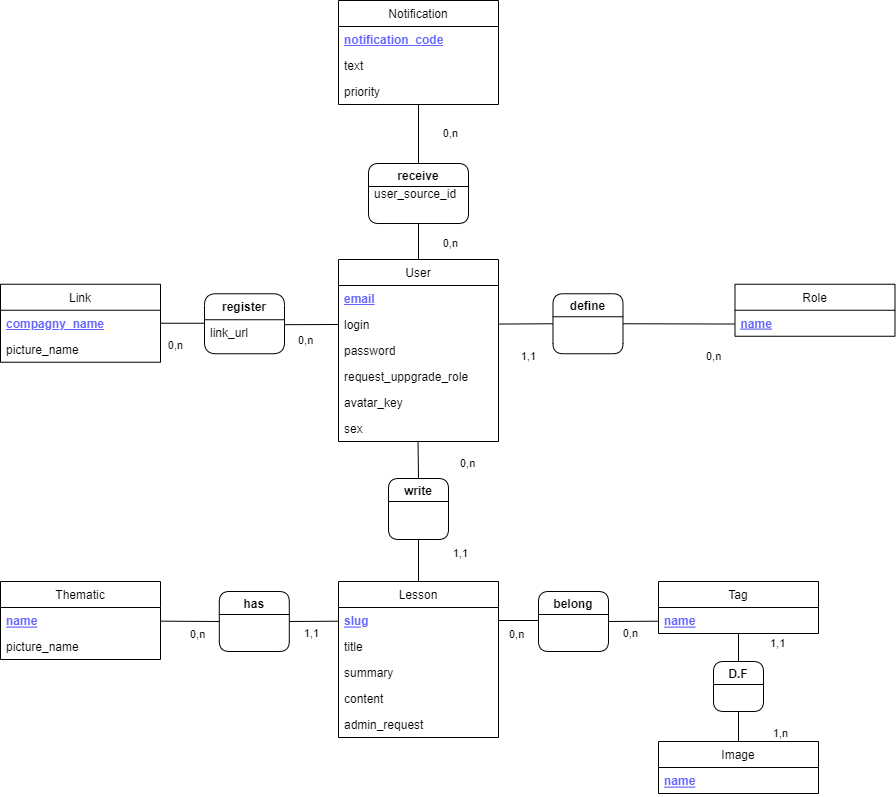
Above: data/MCD.drawio.png in aviateur22/mylesson_v2_back (draw.io), before the change. Source tidied: cells renumbered, new cells last; positions are measured from the earlier drawing's top-left corner, leaving out a move shared by most shapes.
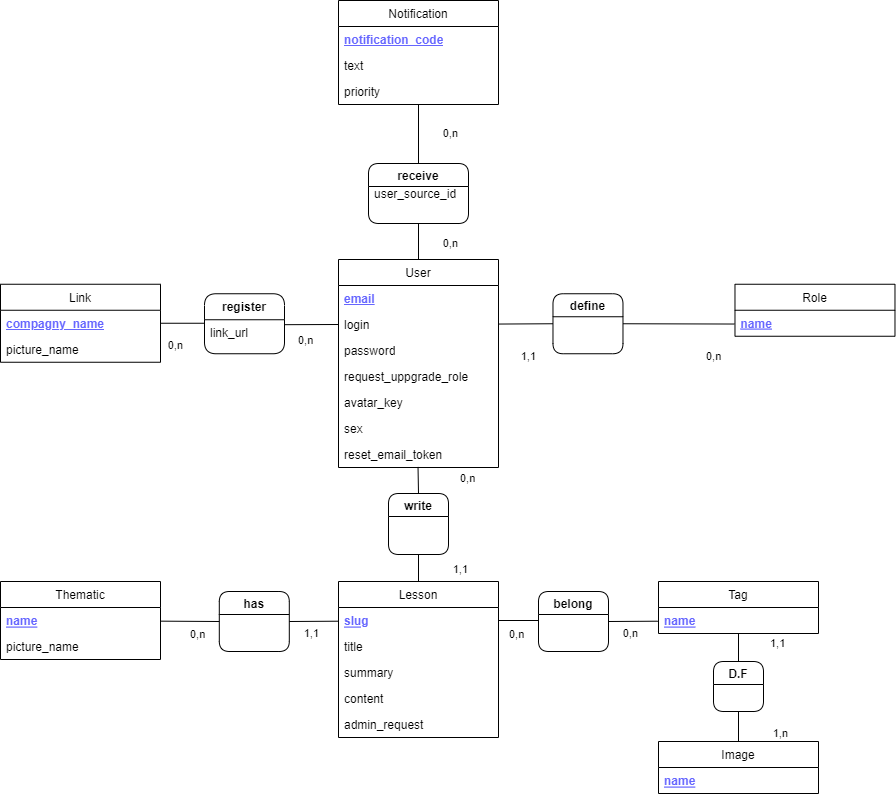
After the commit.

The edit, as a diff of the source:
```diff
@@ -3,7 +3,7 @@
     <mxCell id="0" />
     <mxCell id="1" parent="0" />
     <mxCell id="2" value="User" style="swimlane;fontStyle=0;horizontal=1;startSize=26;" parent="1" vertex="1">
-      <mxGeometry x="338" y="259" width="160" height="182" as="geometry" />
+      <mxGeometry x="338" y="259" width="160" height="208" as="geometry" />
     </mxCell>
     <mxCell id="3" value="email" style="text;strokeColor=none;fillColor=none;align=left;verticalAlign=top;spacingLeft=4;spacingRight=4;overflow=hidden;fontStyle=5;fontColor=#6666FF;html=1;" parent="2" vertex="1">
       <mxGeometry y="26" width="160" height="26" as="geometry" />
@@ -20,8 +20,11 @@
     <mxCell id="7" value="avatar_key" style="text;strokeColor=none;fillColor=none;align=left;verticalAlign=top;spacingLeft=4;spacingRight=4;overflow=hidden;" parent="2" vertex="1">
       <mxGeometry y="130" width="160" height="26" as="geometry" />
     </mxCell>
+    <mxCell id="68" value="sex" style="text;strokeColor=none;fillColor=none;align=left;verticalAlign=top;spacingLeft=4;spacingRight=4;overflow=hidden;" parent="2" vertex="1">
+      <mxGeometry y="156" width="160" height="26" as="geometry" />
+    </mxCell>
-    <mxCell id="8" value="sex" style="text;strokeColor=none;fillColor=none;align=left;verticalAlign=top;spacingLeft=4;spacingRight=4;overflow=hidden;points=[[0,0.5],[1,0.5]];portConstraint=eastwest;" parent="2" vertex="1">
-      <mxGeometry y="156" width="160" height="26" as="geometry" />
+    <mxCell id="8" value="reset_email_token" style="text;strokeColor=none;fillColor=none;align=left;verticalAlign=top;spacingLeft=4;spacingRight=4;overflow=hidden;points=[[0,0.5],[1,0.5]];portConstraint=eastwest;" parent="2" vertex="1">
+      <mxGeometry y="182" width="160" height="26" as="geometry" />
     </mxCell>
     <mxCell id="9" value="Role" style="swimlane;fontStyle=0;horizontal=1;startSize=26;" parent="1" vertex="1">
       <mxGeometry x="734.5" y="283.8" width="160" height="52" as="geometry" />
@@ -69,7 +72,7 @@
     </mxCell>
     <mxCell id="23" value="1,1" style="edgeLabel;html=1;align=right;verticalAlign=bottom;" parent="21" vertex="1">
       <mxGeometry x="1" relative="1" as="geometry">
-        <mxPoint x="50" y="121" as="offset" />
+        <mxPoint x="50" y="111" as="offset" />
       </mxGeometry>
     </mxCell>
     <mxCell id="24" style="endArrow=none;html=1;endFill=0;entryX=1;entryY=0.5;entryDx=0;entryDy=0;exitX=-0.005;exitY=0.527;exitDx=0;exitDy=0;exitPerimeter=0;" parent="1" edge="1" source="18" target="37">
@@ -133,7 +136,7 @@
       <mxGeometry x="713" y="661" width="50" height="50" as="geometry" />
     </mxCell>
     <mxCell id="39" value="write" style="swimlane;rounded=1;" parent="1" vertex="1">
-      <mxGeometry x="388" y="478" width="60" height="61" as="geometry" />
+      <mxGeometry x="388" y="493" width="60" height="61" as="geometry" />
     </mxCell>
     <mxCell id="40" style="endArrow=none;html=1;entryX=0.5;entryY=1;entryDx=0;entryDy=0;exitX=0.5;exitY=0;exitDx=0;exitDy=0;" parent="1" edge="1" source="11" target="39">
       <mxGeometry relative="1" as="geometry" />
```
